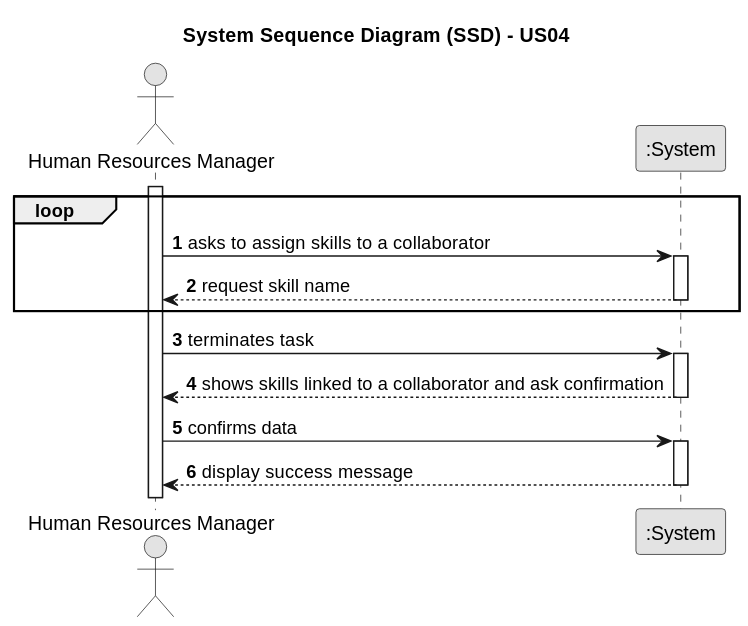
Before: docs/sprintA/us04/01.requirements-engineering/svg/us04-system-sequence-diagram.svg, a diagram exported from PlantUML (Paulo-Pereira-at-ISEP/lei-24-s2-1nanb-g321). Source of this version:
```plantuml
@startuml
skinparam monochrome true
skinparam packageStyle rectangle
skinparam shadowing false

title System Sequence Diagram (SSD) - US04

autonumber

actor "Human Resources Manager" as Employee
participant ":System" as System

activate Employee

   loop
        Employee -> System : asks to assign skills to a collaborator
            activate System

        System --> Employee : request skill name
       deactivate System
   end
   Employee -> System : terminates task
       activate System

           System --> Employee : shows skills linked to a collaborator and ask confirmation
       deactivate System

       Employee -> System : confirms data
       activate System

           System --> Employee : display success message
       deactivate System


    deactivate System
@enduml
```
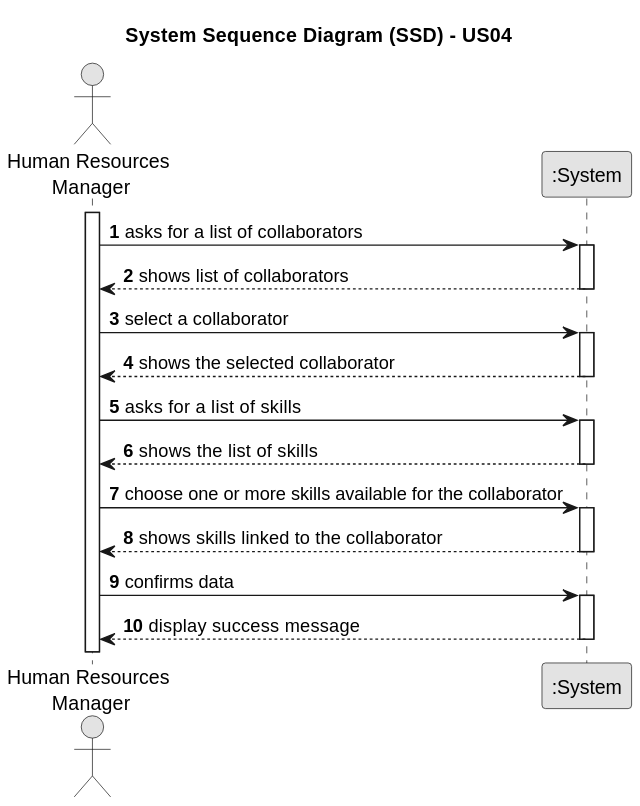
After the commit.

The edit, as a diff of the source:
```diff
@@ -7,22 +7,31 @@
 
 autonumber
 
-actor "Human Resources Manager" as Employee
+actor "Human Resources\n Manager" as Employee
 participant ":System" as System
 
 activate Employee
+            Employee -> System : asks for a list of collaborators
+           activate System
 
-   loop
-        Employee -> System : asks to assign skills to a collaborator
+               System --> Employee : shows list of collaborators
+           deactivate System
+           Employee -> System : select a collaborator
+                      activate System
+
+                          System --> Employee : shows the selected collaborator
+                      deactivate System
+
+        Employee -> System : asks for a list of skills
             activate System
 
-        System --> Employee : request skill name
+        System --> Employee : shows the list of skills
        deactivate System
-   end
-   Employee -> System : terminates task
+
+   Employee -> System : choose one or more skills available for the collaborator
        activate System
 
-           System --> Employee : shows skills linked to a collaborator and ask confirmation
+           System --> Employee : shows skills linked to the collaborator
        deactivate System
 
        Employee -> System : confirms data
```
